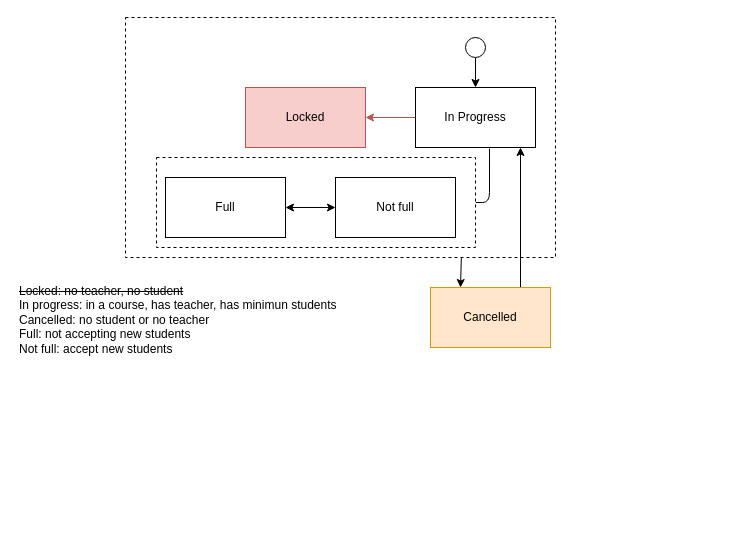
Above: page "SubjectState" (6 of 10) of architecture/components-phase1.drawio in douglasdcm/tdd_detroid (draw.io), before the change. Source tidied: cells renumbered, new cells numbered last; positions are measured from the earlier drawing's top-left corner, leaving out a move shared by most shapes. Both pictures are drawn from the tidied source at 100%, with x=0, y=0 at pixel (17, 17).
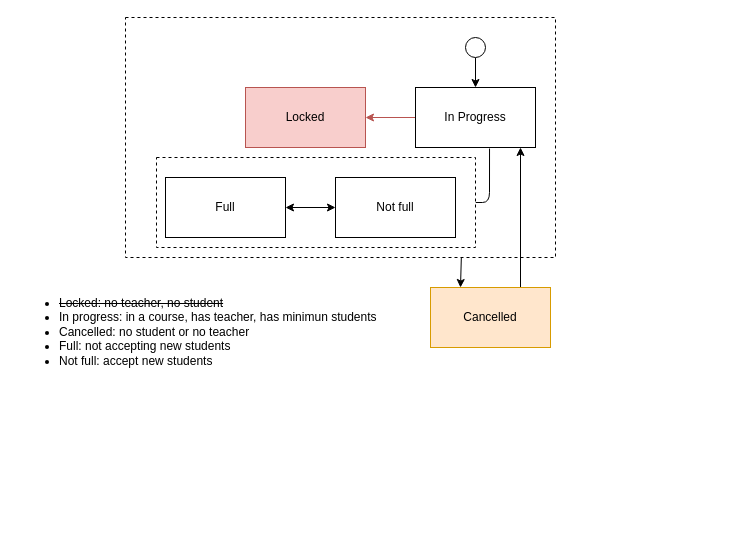
Above is the later version.

Commit message (it also covers changes not shown here):
Testing Student states and subscribe_to_subject method

Change to the diagram source:
```diff
@@
 <mxGraphModel>
   <root>
     <mxCell id="0" />
     <mxCell id="1" parent="0" />
-    <mxCell id="2" value="&lt;div&gt;&lt;strike&gt;Locked: no teacher, no student&lt;/strike&gt;&lt;/div&gt;&lt;div&gt;In progress: in a course, has teacher, has minimun students&lt;/div&gt;&lt;div&gt;Cancelled: no student or no teacher&lt;/div&gt;&lt;div&gt;Full: not accepting new students&lt;/div&gt;&lt;div&gt;Not full: accept new students&lt;/div&gt;" style="text;html=1;align=left;verticalAlign=top;whiteSpace=wrap;rounded=0;" parent="1" vertex="1">
+    <mxCell id="2" value="&lt;div&gt;&lt;ul&gt;&lt;li&gt;&lt;strike&gt;Locked: no teacher, no student&lt;/strike&gt;&lt;/li&gt;&lt;li&gt;In progress: in a course, has teacher, has minimun students&lt;/li&gt;&lt;li&gt;Cancelled: no student or no teacher&lt;/li&gt;&lt;li&gt;Full: not accepting new students&lt;/li&gt;&lt;li&gt;Not full: accept new students&lt;/li&gt;&lt;/ul&gt;&lt;/div&gt;" style="text;html=1;align=left;verticalAlign=top;whiteSpace=wrap;rounded=0;" parent="1" vertex="1">
       <mxGeometry y="260" width="700" height="260" as="geometry" />
     </mxCell>
     <mxCell id="3" style="edgeStyle=none;html=1;entryX=0.25;entryY=0;entryDx=0;entryDy=0;exitX=0.781;exitY=1;exitDx=0;exitDy=0;exitPerimeter=0;" parent="1" edge="1" source="4" target="6">
       <mxGeometry relative="1" as="geometry" />
     </mxCell>
     <mxCell id="4" style="rounded=0;whiteSpace=wrap;html=1;dashed=1;" parent="1" vertex="1">
       <mxGeometry x="108" width="430" height="240" as="geometry" />
     </mxCell>
     <mxCell id="5" style="html=1;entryX=0.875;entryY=1;entryDx=0;entryDy=0;exitX=0.75;exitY=0;exitDx=0;exitDy=0;entryPerimeter=0;" parent="1" edge="1" source="6" target="10">
       <mxGeometry relative="1" as="geometry" />
     </mxCell>
     <mxCell id="6" value="Cancelled" style="rounded=0;whiteSpace=wrap;html=1;fillColor=#ffe6cc;strokeColor=#d79b00;" parent="1" vertex="1">
       <mxGeometry x="413" y="270" width="120" height="60" as="geometry" />
     </mxCell>
     <mxCell id="7" style="edgeStyle=none;html=1;startArrow=classic;startFill=1;endArrow=none;endFill=0;fillColor=#f8cecc;strokeColor=#b85450;" parent="1" edge="1" source="8" target="10">
       <mxGeometry relative="1" as="geometry" />
     </mxCell>
     <mxCell id="8" value="Locked" style="rounded=0;whiteSpace=wrap;html=1;fillColor=#f8cecc;strokeColor=#b85450;" parent="1" vertex="1">
       <mxGeometry x="228" y="70" width="120" height="60" as="geometry" />
     </mxCell>
     <mxCell id="9" style="edgeStyle=orthogonalEdgeStyle;html=1;entryX=1;entryY=0.5;entryDx=0;entryDy=0;elbow=vertical;exitX=0.617;exitY=1.017;exitDx=0;exitDy=0;exitPerimeter=0;endArrow=none;endFill=0;" parent="1" edge="1" source="10" target="13">
       <mxGeometry relative="1" as="geometry" />
     </mxCell>
     <mxCell id="10" value="In Progress" style="rounded=0;whiteSpace=wrap;html=1;" parent="1" vertex="1">
       <mxGeometry x="398" y="70" width="120" height="60" as="geometry" />
     </mxCell>
     <mxCell id="11" style="edgeStyle=none;html=1;entryX=0.5;entryY=0;entryDx=0;entryDy=0;" parent="1" edge="1" source="12" target="10">
       <mxGeometry relative="1" as="geometry" />
     </mxCell>
     <mxCell id="12" style="ellipse;whiteSpace=wrap;html=1;" parent="1" vertex="1">
       <mxGeometry x="448" y="20" width="20" height="20" as="geometry" />
     </mxCell>
     <mxCell id="13" style="rounded=0;whiteSpace=wrap;html=1;dashed=1;" parent="1" vertex="1">
       <mxGeometry x="139" y="140" width="319" height="90" as="geometry" />
     </mxCell>
     <mxCell id="14" value="Full" style="rounded=0;whiteSpace=wrap;html=1;" parent="1" vertex="1">
       <mxGeometry x="148" y="160" width="120" height="60" as="geometry" />
     </mxCell>
     <mxCell id="15" style="html=1;entryX=1;entryY=0.5;entryDx=0;entryDy=0;elbow=vertical;startArrow=classic;startFill=1;" parent="1" edge="1" source="16" target="14">
       <mxGeometry relative="1" as="geometry" />
     </mxCell>
     <mxCell id="16" value="Not full" style="rounded=0;whiteSpace=wrap;html=1;" parent="1" vertex="1">
       <mxGeometry x="318" y="160" width="120" height="60" as="geometry" />
     </mxCell>
   </root>
 </mxGraphModel>
```
